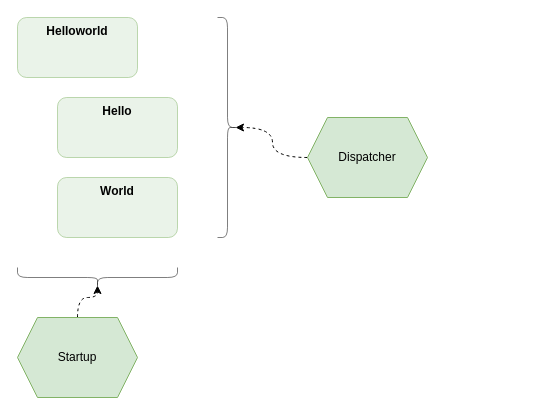
Above: page "Hello World" (1 of 10) of shu-das2cl/design.drawio in guitarvydas/app (draw.io), before the change. Source tidied: cells renumbered, new cells numbered last; positions are measured from the earlier drawing's top-left corner, leaving out a move shared by most shapes. Both pictures are drawn from the tidied source at 100%, with x=0, y=0 at pixel (17, 17).
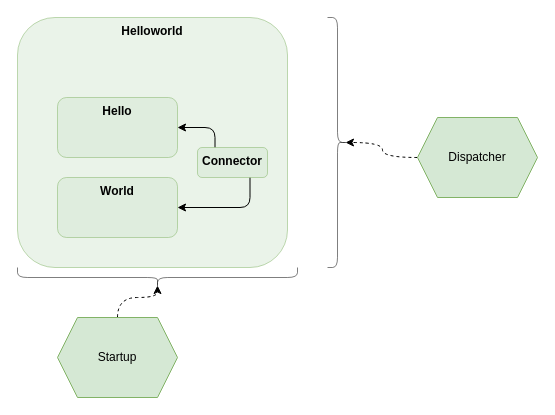
The same page after the edit.

What changed in the source:
```diff
@@
 <mxGraphModel>
   <root>
     <mxCell id="0" />
     <mxCell id="1" parent="0" />
+    <mxCell id="3" value="&lt;b&gt;Helloworld&lt;/b&gt;" style="rounded=1;whiteSpace=wrap;html=1;verticalAlign=top;fillColor=#d5e8d4;strokeColor=#82b366;opacity=50;" parent="1" vertex="1">
+      <mxGeometry width="270" height="250" as="geometry" />
+    </mxCell>
     <mxCell id="2" value="&lt;b&gt;Hello&lt;/b&gt;" style="rounded=1;whiteSpace=wrap;html=1;verticalAlign=top;fillColor=#d5e8d4;strokeColor=#82b366;opacity=50;" parent="1" vertex="1">
       <mxGeometry x="40" y="80" width="120" height="60" as="geometry" />
     </mxCell>
-    <mxCell id="3" value="&lt;b&gt;Helloworld&lt;/b&gt;" style="rounded=1;whiteSpace=wrap;html=1;verticalAlign=top;fillColor=#d5e8d4;strokeColor=#82b366;opacity=50;" parent="1" vertex="1">
-      <mxGeometry width="120" height="60" as="geometry" />
-    </mxCell>
     <mxCell id="4" style="edgeStyle=orthogonalEdgeStyle;curved=1;jettySize=auto;html=1;entryX=0.1;entryY=0.5;entryDx=0;entryDy=0;entryPerimeter=0;dashed=1;endArrow=classic;endFill=1;" parent="1" edge="1" source="5" target="10">
       <mxGeometry relative="1" as="geometry" />
     </mxCell>
     <mxCell id="5" value="Startup" style="shape=hexagon;perimeter=hexagonPerimeter2;whiteSpace=wrap;html=1;fixedSize=1;fillColor=#d5e8d4;strokeColor=#82b366;" parent="1" vertex="1">
-      <mxGeometry y="300" width="120" height="80" as="geometry" />
+      <mxGeometry x="40" y="300" width="120" height="80" as="geometry" />
     </mxCell>
     <mxCell id="6" style="edgeStyle=orthogonalEdgeStyle;curved=1;jettySize=auto;html=1;exitX=0;exitY=0.5;exitDx=0;exitDy=0;entryX=0.1;entryY=0.5;entryDx=0;entryDy=0;entryPerimeter=0;dashed=1;endArrow=classic;endFill=1;" parent="1" edge="1" source="7" target="9">
       <mxGeometry relative="1" as="geometry" />
     </mxCell>
     <mxCell id="7" value="Dispatcher" style="shape=hexagon;perimeter=hexagonPerimeter2;whiteSpace=wrap;html=1;fixedSize=1;fillColor=#d5e8d4;strokeColor=#82b366;" parent="1" vertex="1">
-      <mxGeometry x="290" y="100" width="120" height="80" as="geometry" />
+      <mxGeometry x="400" y="100" width="120" height="80" as="geometry" />
     </mxCell>
     <mxCell id="8" value="&lt;b&gt;World&lt;/b&gt;" style="rounded=1;whiteSpace=wrap;html=1;verticalAlign=top;fillColor=#d5e8d4;strokeColor=#82b366;opacity=50;" parent="1" vertex="1">
       <mxGeometry x="40" y="160" width="120" height="60" as="geometry" />
     </mxCell>
     <mxCell id="9" style="shape=curlyBracket;whiteSpace=wrap;html=1;rounded=1;flipH=1;opacity=50;" parent="1" vertex="1">
-      <mxGeometry x="200" width="20" height="220" as="geometry" />
+      <mxGeometry x="310" width="20" height="250" as="geometry" />
     </mxCell>
     <mxCell id="10" style="shape=curlyBracket;whiteSpace=wrap;html=1;rounded=1;flipH=1;opacity=50;rotation=90;" parent="1" vertex="1">
-      <mxGeometry x="70" y="180" width="20" height="160" as="geometry" />
+      <mxGeometry x="130" y="120" width="20" height="280" as="geometry" />
     </mxCell>
+    <mxCell id="11" style="edgeStyle=orthogonalEdgeStyle;rounded=1;jettySize=auto;html=1;exitX=0.25;exitY=0;exitDx=0;exitDy=0;" parent="1" edge="1" source="13" target="2">
+      <mxGeometry relative="1" as="geometry" />
+    </mxCell>
+    <mxCell id="12" style="edgeStyle=orthogonalEdgeStyle;rounded=1;jettySize=auto;html=1;exitX=0.75;exitY=1;exitDx=0;exitDy=0;" parent="1" edge="1" source="13" target="8">
+      <mxGeometry relative="1" as="geometry" />
+    </mxCell>
+    <mxCell id="13" value="&lt;b&gt;Connector&lt;/b&gt;" style="rounded=1;whiteSpace=wrap;html=1;verticalAlign=top;fillColor=#d5e8d4;strokeColor=#82b366;opacity=50;" parent="1" vertex="1">
+      <mxGeometry x="180" y="130" width="70" height="30" as="geometry" />
+    </mxCell>
   </root>
 </mxGraphModel>
```
